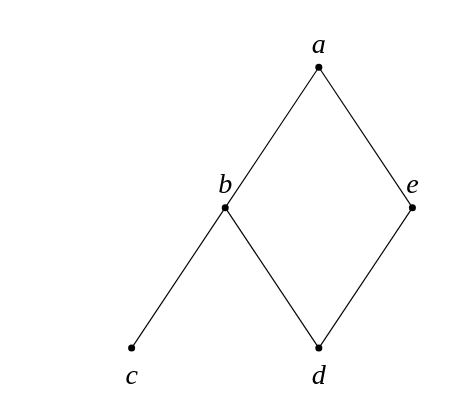
The draw.io diagram page "1-13" (2 of 8) of exercise/chapter6/chapter6.drawio in Zebray03/discrete-mathematics-structure, before the edit. Source tidied: cells renumbered, new cells numbered last; positions are measured from the earlier drawing's top-left corner, leaving out a move shared by most shapes. Both pictures are drawn from the tidied source at 117%, with x=0, y=0 at pixel (113, 20).
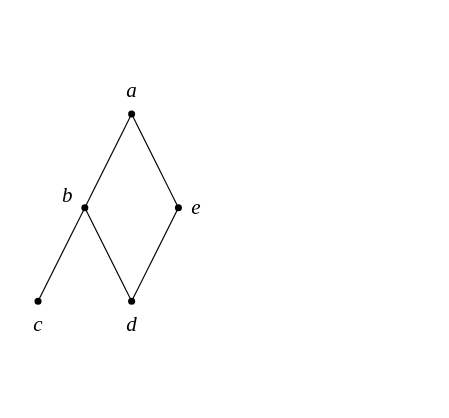
The same page after the edit.

Change to the diagram source:
```diff
@@
 <mxGraphModel>
   <root>
     <mxCell id="0" />
     <mxCell id="1" parent="0" />
     <mxCell id="2" style="shape=waypoint;sketch=0;fillStyle=solid;size=6;points=[];fillColor=none;perimeter=centerPerimeter;snapToPoint=1;" parent="1" vertex="1">
-      <mxGeometry x="5" y="270" width="20" height="20" as="geometry" />
+      <mxGeometry x="-75" y="230" width="20" height="20" as="geometry" />
     </mxCell>
     <mxCell id="3" style="shape=waypoint;sketch=0;fillStyle=solid;size=6;fillColor=none;perimeter=centerPerimeter;" parent="1" vertex="1">
-      <mxGeometry x="165" y="270" width="20" height="20" as="geometry" />
+      <mxGeometry x="5" y="230" width="20" height="20" as="geometry" />
     </mxCell>
     <mxCell id="4" style="shape=waypoint;sketch=0;fillStyle=solid;size=6;points=[];fillColor=none;perimeter=centerPerimeter;snapToPoint=1;" parent="1" vertex="1">
-      <mxGeometry x="85" y="150" width="20" height="20" as="geometry" />
+      <mxGeometry x="-35" y="150" width="20" height="20" as="geometry" />
     </mxCell>
     <mxCell id="5" style="shape=waypoint;sketch=0;fillStyle=solid;size=6;points=[];fillColor=none;perimeter=centerPerimeter;snapToPoint=1;" parent="1" vertex="1">
-      <mxGeometry x="245" y="150" width="20" height="20" as="geometry" />
+      <mxGeometry x="5" y="70" width="20" height="20" as="geometry" />
     </mxCell>
     <mxCell id="6" style="shape=waypoint;sketch=0;fillStyle=solid;size=6;points=[];fillColor=none;perimeter=centerPerimeter;snapToPoint=1;" parent="1" vertex="1">
-      <mxGeometry x="165" y="30" width="20" height="20" as="geometry" />
+      <mxGeometry x="45" y="150" width="20" height="20" as="geometry" />
     </mxCell>
-    <mxCell id="7" style="endArrow=none;html=1;rounded=0;" parent="1" edge="1" source="2" target="4">
-      <mxGeometry relative="1" as="geometry" />
-    </mxCell>
-    <mxCell id="8" style="endArrow=none;html=1;rounded=0;" parent="1" edge="1">
-      <mxGeometry relative="1" as="geometry">
-        <mxPoint x="95" y="160" as="sourcePoint" />
-        <mxPoint x="175" y="40" as="targetPoint" />
-      </mxGeometry>
-    </mxCell>
-    <mxCell id="9" style="endArrow=none;html=1;rounded=0;" parent="1" edge="1" source="5" target="6">
-      <mxGeometry relative="1" as="geometry" />
-    </mxCell>
-    <mxCell id="10" style="endArrow=none;html=1;rounded=0;fontStyle=1;" parent="1" edge="1">
-      <mxGeometry relative="1" as="geometry">
-        <mxPoint x="175" y="280" as="sourcePoint" />
-        <mxPoint x="95" y="160" as="targetPoint" />
-      </mxGeometry>
-    </mxCell>
-    <mxCell id="11" style="endArrow=none;html=1;rounded=0;" parent="1" edge="1">
-      <mxGeometry relative="1" as="geometry">
-        <mxPoint x="175" y="280" as="sourcePoint" />
-        <mxPoint x="255" y="160" as="targetPoint" />
-      </mxGeometry>
-    </mxCell>
-    <mxCell id="12" value="&lt;font face=&quot;Times New Roman&quot; style=&quot;font-size: 24px;&quot;&gt;&lt;i&gt;c&lt;/i&gt;&lt;/font&gt;" style="text;html=1;align=center;verticalAlign=middle;strokeColor=none;fillColor=none;" parent="1" vertex="1">
-      <mxGeometry y="283" width="30" height="40" as="geometry" />
+    <mxCell id="12" value="&lt;font face=&quot;Times New Roman&quot; style=&quot;font-size: 18px;&quot;&gt;&lt;i style=&quot;&quot;&gt;c&lt;/i&gt;&lt;/font&gt;" style="text;html=1;align=center;verticalAlign=middle;strokeColor=none;fillColor=none;" parent="1" vertex="1">
+      <mxGeometry x="-80" y="240" width="30" height="40" as="geometry" />
     </mxCell>
-    <mxCell id="13" value="&lt;font face=&quot;Times New Roman&quot; style=&quot;font-size: 24px;&quot;&gt;&lt;i&gt;d&lt;/i&gt;&lt;/font&gt;" style="text;html=1;align=center;verticalAlign=middle;strokeColor=none;fillColor=none;" parent="1" vertex="1">
-      <mxGeometry x="155" y="283" width="40" height="40" as="geometry" />
+    <mxCell id="13" value="&lt;font face=&quot;Times New Roman&quot; style=&quot;font-size: 18px;&quot;&gt;&lt;i style=&quot;&quot;&gt;d&lt;/i&gt;&lt;/font&gt;" style="text;html=1;align=center;verticalAlign=middle;strokeColor=none;fillColor=none;" parent="1" vertex="1">
+      <mxGeometry y="240" width="30" height="40" as="geometry" />
     </mxCell>
-    <mxCell id="14" value="&lt;font face=&quot;Times New Roman&quot;&gt;&lt;span style=&quot;font-size: 24px;&quot;&gt;&lt;i&gt;b&lt;/i&gt;&lt;/span&gt;&lt;/font&gt;" style="text;html=1;align=center;verticalAlign=middle;strokeColor=none;fillColor=none;" parent="1" vertex="1">
-      <mxGeometry x="75" y="120" width="40" height="40" as="geometry" />
+    <mxCell id="14" value="&lt;font style=&quot;font-size: 18px;&quot; face=&quot;Times New Roman&quot;&gt;&lt;i style=&quot;&quot;&gt;b&lt;/i&gt;&lt;/font&gt;" style="text;html=1;align=center;verticalAlign=middle;strokeColor=none;fillColor=none;" parent="1" vertex="1">
+      <mxGeometry x="-55" y="130" width="30" height="40" as="geometry" />
     </mxCell>
-    <mxCell id="15" value="&lt;font face=&quot;Times New Roman&quot; style=&quot;font-size: 24px;&quot;&gt;&lt;i&gt;e&lt;/i&gt;&lt;/font&gt;" style="text;html=1;align=center;verticalAlign=middle;strokeColor=none;fillColor=none;" parent="1" vertex="1">
-      <mxGeometry x="240" y="120" width="30" height="40" as="geometry" />
+    <mxCell id="15" value="&lt;font face=&quot;Times New Roman&quot; style=&quot;font-size: 18px;&quot;&gt;&lt;i style=&quot;&quot;&gt;e&lt;/i&gt;&lt;/font&gt;" style="text;html=1;align=center;verticalAlign=middle;strokeColor=none;fillColor=none;" parent="1" vertex="1">
+      <mxGeometry x="55" y="140" width="30" height="40" as="geometry" />
     </mxCell>
-    <mxCell id="16" value="&lt;font face=&quot;Times New Roman&quot; style=&quot;font-size: 24px;&quot;&gt;&lt;i&gt;a&lt;/i&gt;&lt;/font&gt;" style="text;html=1;align=center;verticalAlign=middle;strokeColor=none;fillColor=none;" parent="1" vertex="1">
-      <mxGeometry x="155" width="40" height="40" as="geometry" />
+    <mxCell id="16" value="&lt;font face=&quot;Times New Roman&quot; style=&quot;font-size: 18px;&quot;&gt;&lt;i style=&quot;&quot;&gt;a&lt;/i&gt;&lt;/font&gt;" style="text;html=1;align=center;verticalAlign=middle;strokeColor=none;fillColor=none;" parent="1" vertex="1">
+      <mxGeometry y="40" width="30" height="40" as="geometry" />
     </mxCell>
+    <mxCell id="17" style="endArrow=none;html=1;rounded=0;" parent="1" edge="1" source="4" target="5">
+      <mxGeometry relative="1" as="geometry" />
+    </mxCell>
+    <mxCell id="18" style="endArrow=none;html=1;rounded=0;" parent="1" edge="1">
+      <mxGeometry relative="1" as="geometry">
+        <mxPoint x="-65" y="240" as="sourcePoint" />
+        <mxPoint x="-25" y="160" as="targetPoint" />
+      </mxGeometry>
+    </mxCell>
+    <mxCell id="19" style="endArrow=none;html=1;rounded=0;" parent="1" edge="1">
+      <mxGeometry relative="1" as="geometry">
+        <mxPoint x="15" y="240" as="sourcePoint" />
+        <mxPoint x="55" y="160" as="targetPoint" />
+      </mxGeometry>
+    </mxCell>
+    <mxCell id="20" style="endArrow=none;html=1;rounded=0;" parent="1" edge="1" source="6" target="5">
+      <mxGeometry relative="1" as="geometry" />
+    </mxCell>
+    <mxCell id="21" style="endArrow=none;html=1;rounded=0;" parent="1" edge="1">
+      <mxGeometry relative="1" as="geometry">
+        <mxPoint x="15" y="240" as="sourcePoint" />
+        <mxPoint x="-25" y="160" as="targetPoint" />
+      </mxGeometry>
+    </mxCell>
   </root>
 </mxGraphModel>
```
